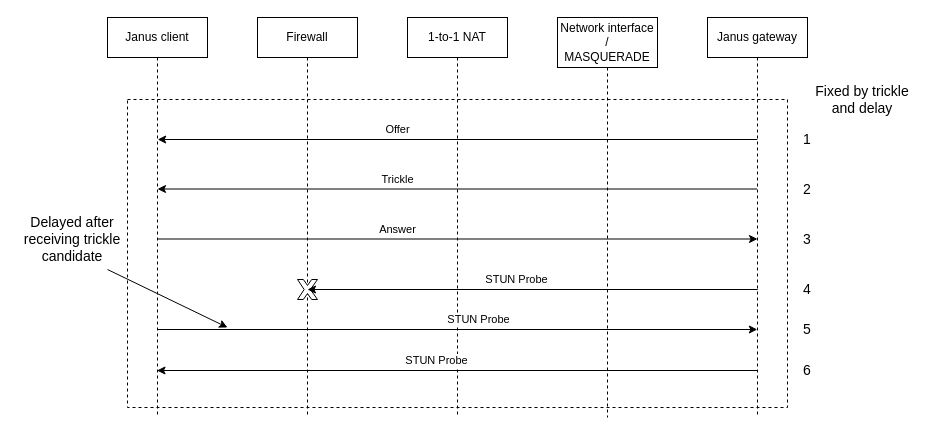
This is doc/sequence_trickle_delay.drawio from bartbalaz/janus-container, a draw.io file, before an edit. Source tidied: cells renumbered, new cells numbered last; positions are measured from the earlier drawing's top-left corner, leaving out a move shared by most shapes. Both pictures are drawn from the tidied source at 100%, with x=0, y=0 at pixel (17, 17).
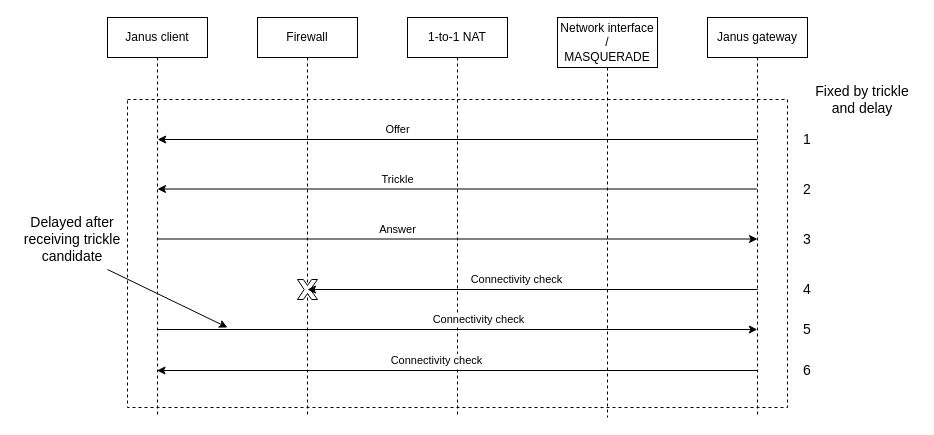
The same page after the edit.

The edit, as a diff of the source:
```diff
@@
-    <mxCell id="9" value="STUN Probe" style="endArrow=classic;html=1;" parent="1" edge="1">
+    <mxCell id="9" value="Connectivity check" style="endArrow=classic;html=1;" parent="1" edge="1">
       <mxGeometry x="0.07" y="-10" relative="1" as="geometry">
         <mxPoint x="740.2" y="272" as="sourcePoint" />
         <mxPoint x="290" y="272" as="targetPoint" />
       </mxGeometry>
     </mxCell>
@@
-    <mxCell id="11" value="STUN Probe" style="endArrow=classic;html=1;" parent="1" edge="1">
+    <mxCell id="11" value="Connectivity check" style="endArrow=classic;html=1;" parent="1" edge="1">
       <mxGeometry x="0.07" y="10" relative="1" as="geometry">
         <mxPoint x="140.2" y="312" as="sourcePoint" />
         <mxPoint x="739.8" y="312" as="targetPoint" />
       </mxGeometry>
     </mxCell>
@@
-    <mxCell id="22" value="STUN Probe" style="endArrow=classic;html=1;" parent="1" edge="1">
+    <mxCell id="22" value="Connectivity check" style="endArrow=classic;html=1;" parent="1" edge="1">
       <mxGeometry x="0.07" y="-10" relative="1" as="geometry">
         <mxPoint x="740.2" y="353" as="sourcePoint" />
         <mxPoint x="139.5" y="353" as="targetPoint" />
       </mxGeometry>
     </mxCell>
```
